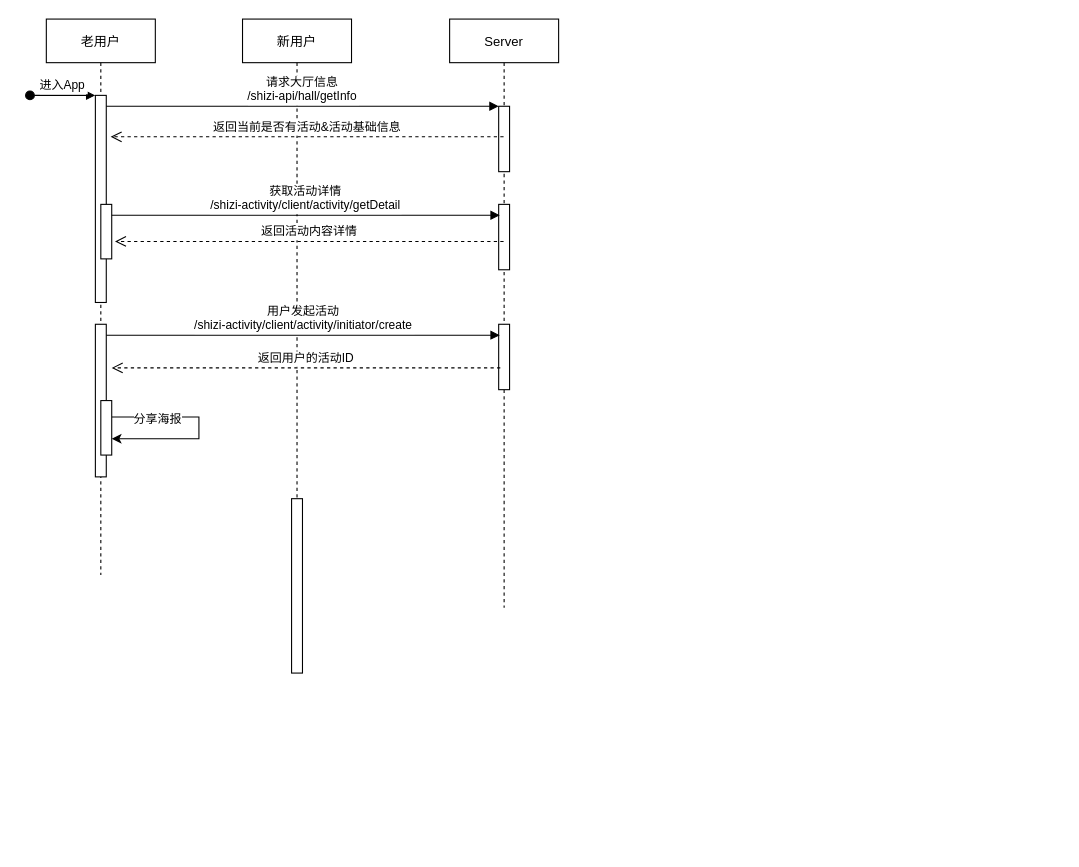
Above: 识字-裂变-时序图.drawio in wgyuuu/flow_chart (draw.io), before the change. Source tidied: cells renumbered, new cells numbered last; positions are measured from the earlier drawing's top-left corner, leaving out a move shared by most shapes. Both pictures are drawn from the tidied source at 109%, with x=0, y=0 at pixel (29, 19).
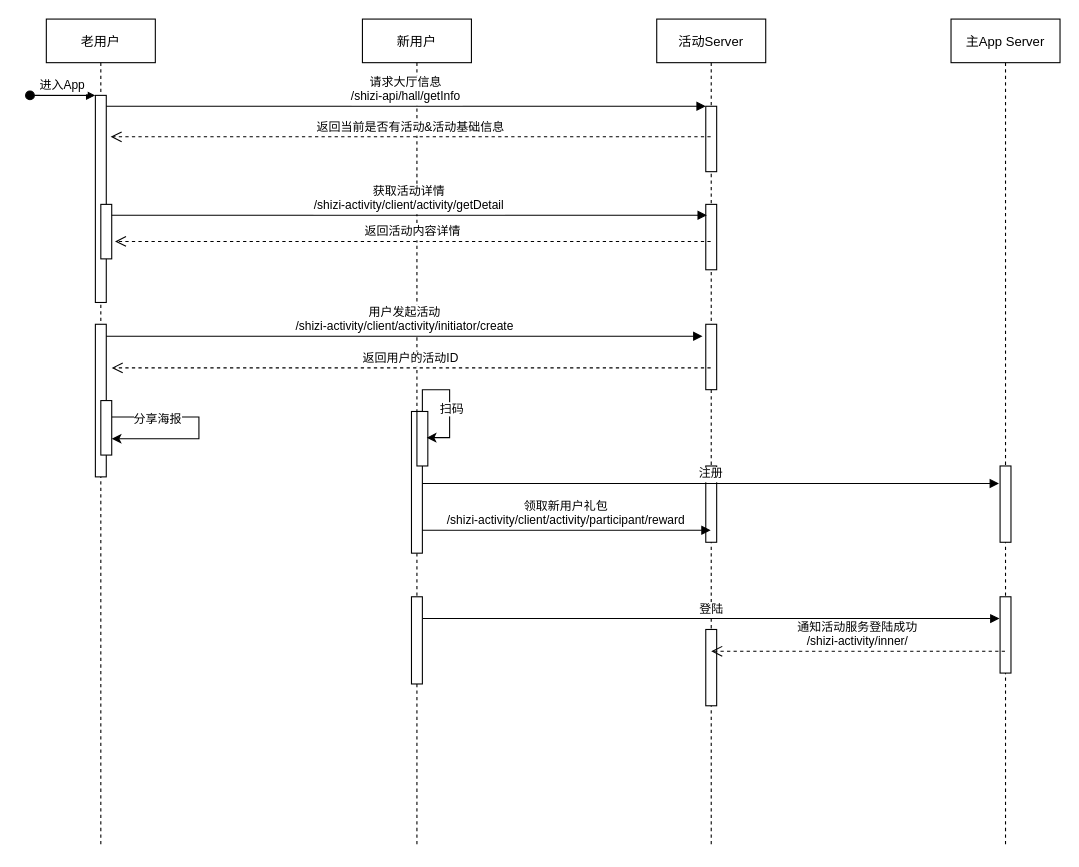
After the change.

Commit message (it also covers changes not shown here):
Update 识字-裂变-时序图.drawio

The change refers to these unchanged cells:
```xml
<mxCell id="6" style="points=[];perimeter=orthogonalPerimeter;rounded=0;shadow=0;strokeWidth=1;" parent="2" vertex="1">
  <mxGeometry x="45" y="280" width="10" height="140" as="geometry" />
</mxCell>
<mxCell id="12" style="points=[];perimeter=orthogonalPerimeter;rounded=0;shadow=0;strokeWidth=1;" parent="9" vertex="1">
  <mxGeometry x="45" y="280" width="10" height="60" as="geometry" />
</mxCell>
```

Change to the diagram source:
```diff
@@
     <mxCell id="2" value="老用户" style="shape=umlLifeline;perimeter=lifelinePerimeter;rounded=0;shadow=0;strokeWidth=1;" parent="1" vertex="1">
-      <mxGeometry x="15" width="100" height="510" as="geometry" />
+      <mxGeometry x="15" width="100" height="760" as="geometry" />
     </mxCell>
@@
     <mxCell id="7" value="新用户" style="shape=umlLifeline;perimeter=lifelinePerimeter;rounded=0;shadow=0;strokeWidth=1;" parent="1" vertex="1">
-      <mxGeometry x="195" width="100" height="500" as="geometry" />
+      <mxGeometry x="305" width="100" height="760" as="geometry" />
     </mxCell>
+    <mxCell id="13" style="points=[];perimeter=orthogonalPerimeter;rounded=0;shadow=0;strokeWidth=1;" parent="7" vertex="1">
+      <mxGeometry x="45" y="360" width="10" height="130" as="geometry" />
+    </mxCell>
+    <mxCell id="22" style="perimeter=orthogonalPerimeter;rounded=0;shadow=0;strokeWidth=1;" parent="7" vertex="1">
+      <mxGeometry x="45" y="530" width="10" height="80" as="geometry" />
+    </mxCell>
@@
-    <mxCell id="9" value="Server" style="shape=umlLifeline;perimeter=lifelinePerimeter;rounded=0;shadow=0;strokeWidth=1;" parent="1" vertex="1">
-      <mxGeometry x="385" width="100" height="540" as="geometry" />
+    <mxCell id="9" value="活动Server" style="shape=umlLifeline;perimeter=lifelinePerimeter;rounded=0;shadow=0;strokeWidth=1;" parent="1" vertex="1">
+      <mxGeometry x="575" width="100" height="760" as="geometry" />
     </mxCell>
@@
-    <mxCell id="13" style="points=[];perimeter=orthogonalPerimeter;rounded=0;shadow=0;strokeWidth=1;" parent="1" vertex="1">
-      <mxGeometry x="240" y="440" width="10" height="160" as="geometry" />
-    </mxCell>
+    <mxCell id="23" style="perimeter=orthogonalPerimeter;rounded=0;shadow=0;strokeWidth=1;" parent="9" vertex="1">
+      <mxGeometry x="45" y="410" width="10" height="70" as="geometry" />
+    </mxCell>
@@
-    <mxCell id="17" value="用户发起活动&#10;/shizi-activity/client/activity/initiator/create" style="verticalAlign=bottom;endArrow=block;shadow=0;strokeWidth=1;entryX=0.1;entryY=0.167;entryDx=0;entryDy=0;entryPerimeter=0;" parent="1" edge="1" source="6">
-      <mxGeometry relative="1" as="geometry">
-        <mxPoint x="431" y="290" as="targetPoint" />
-      </mxGeometry>
+    <mxCell id="17" value="用户发起活动&#10;/shizi-activity/client/activity/initiator/create" style="verticalAlign=bottom;endArrow=block;shadow=0;strokeWidth=1;entryX=-0.3;entryY=0.183;entryDx=0;entryDy=0;entryPerimeter=0;" parent="1" edge="1" source="6" target="12">
+      <mxGeometry relative="1" as="geometry" />
     </mxCell>
-    <mxCell id="18" value="返回用户的活动ID" style="verticalAlign=bottom;endArrow=open;dashed=1;endSize=8;shadow=0;strokeWidth=1;" parent="1" edge="1">
+    <mxCell id="18" value="返回用户的活动ID" style="verticalAlign=bottom;endArrow=open;dashed=1;endSize=8;shadow=0;strokeWidth=1;" parent="1" edge="1" source="9">
       <mxGeometry relative="1" as="geometry">
-        <mxPoint x="431.5" y="320" as="sourcePoint" />
         <mxPoint x="75" y="320" as="targetPoint" />
       </mxGeometry>
     </mxCell>
@@
+    <mxCell id="24" value="注册" style="verticalAlign=bottom;endArrow=block;shadow=0;strokeWidth=1;entryX=-0.1;entryY=0.229;entryDx=0;entryDy=0;entryPerimeter=0;" parent="1" edge="1" source="13" target="30">
+      <mxGeometry relative="1" as="geometry" />
+    </mxCell>
+    <mxCell id="25" style="points=[];perimeter=orthogonalPerimeter;rounded=0;shadow=0;strokeWidth=1;" parent="1" vertex="1">
+      <mxGeometry x="355" y="360" width="10" height="50" as="geometry" />
+    </mxCell>
+    <mxCell id="26" style="edgeStyle=orthogonalEdgeStyle;rounded=0;orthogonalLoop=1;jettySize=auto;html=1;entryX=0.9;entryY=0.48;entryDx=0;entryDy=0;entryPerimeter=0;" parent="1" edge="1" source="25" target="25">
+      <mxGeometry relative="1" as="geometry" />
+    </mxCell>
+    <mxCell id="27" value="扫码" style="edgeLabel;html=1;align=center;verticalAlign=middle;" parent="26" vertex="1">
+      <mxGeometry x="0.13" y="1" relative="1" as="geometry" />
+    </mxCell>
+    <mxCell id="28" value="领取新用户礼包&#10;/shizi-activity/client/activity/participant/reward" style="verticalAlign=bottom;endArrow=block;shadow=0;strokeWidth=1;" parent="1" edge="1">
+      <mxGeometry relative="1" as="geometry">
+        <mxPoint x="360" y="469" as="sourcePoint" />
+        <mxPoint x="624.5" y="469" as="targetPoint" />
+      </mxGeometry>
+    </mxCell>
+    <mxCell id="29" value="主App Server" style="shape=umlLifeline;perimeter=lifelinePerimeter;rounded=0;shadow=0;strokeWidth=1;" parent="1" vertex="1">
+      <mxGeometry x="845" width="100" height="760" as="geometry" />
+    </mxCell>
+    <mxCell id="30" style="points=[];perimeter=orthogonalPerimeter;rounded=0;shadow=0;strokeWidth=1;" parent="29" vertex="1">
+      <mxGeometry x="45" y="410" width="10" height="70" as="geometry" />
+    </mxCell>
+    <mxCell id="31" style="perimeter=orthogonalPerimeter;rounded=0;shadow=0;strokeWidth=1;" parent="29" vertex="1">
+      <mxGeometry x="45" y="530" width="10" height="70" as="geometry" />
+    </mxCell>
+    <mxCell id="32" value="登陆" style="verticalAlign=bottom;endArrow=block;shadow=0;strokeWidth=1;entryX=-0.1;entryY=0.229;entryDx=0;entryDy=0;entryPerimeter=0;" parent="1" edge="1">
+      <mxGeometry relative="1" as="geometry">
+        <mxPoint x="360.5" y="550" as="sourcePoint" />
+        <mxPoint x="889.5" y="550" as="targetPoint" />
+      </mxGeometry>
+    </mxCell>
+    <mxCell id="33" style="perimeter=orthogonalPerimeter;rounded=0;shadow=0;strokeWidth=1;" parent="1" vertex="1">
+      <mxGeometry x="620" y="560" width="10" height="70" as="geometry" />
+    </mxCell>
+    <mxCell id="34" value="通知活动服务登陆成功&#10;/shizi-activity/inner/" style="verticalAlign=bottom;endArrow=open;dashed=1;endSize=8;shadow=0;strokeWidth=1;" parent="1" edge="1">
+      <mxGeometry relative="1" as="geometry">
+        <mxPoint x="894.5" y="580" as="sourcePoint" />
+        <mxPoint x="625" y="580" as="targetPoint" />
+      </mxGeometry>
+    </mxCell>
```
